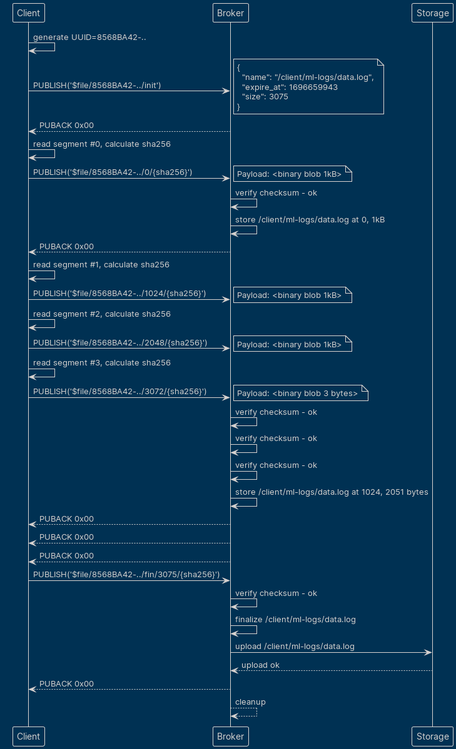
Above: active/0021-assets/flow-happy-path.png in emqx/eip (PlantUML), before the change.
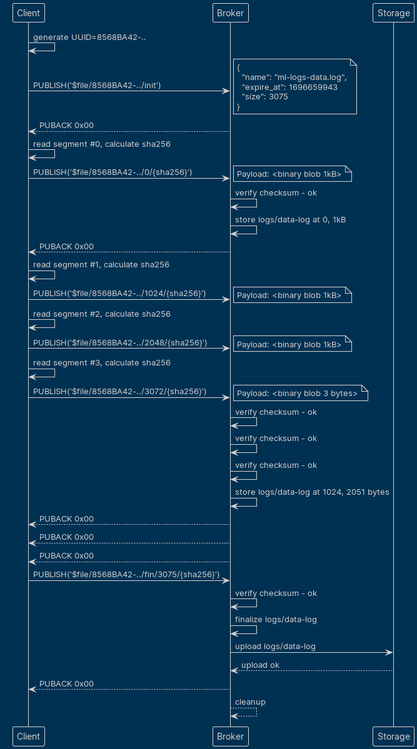
Above is the later version.

Commit message:
feat(0021): augment protocol flow illustration with payloads

The edit, as a diff of the source:
```diff
@@ -4,7 +4,7 @@
 Client -> Broker: PUBLISH('$file/8568BA42-../init')
 note right
 {
-  "name": "/client/ml-logs/data.log",
+  "name": "ml-logs-data.log",
   "expire_at": 1696659943
   "size": 3075
 }
@@ -16,7 +16,7 @@
 Payload: <binary blob 1kB>
 end note
 Broker -> Broker: verify checksum - ok
-Broker -> Broker: store /client/ml-logs/data.log at 0, 1kB
+Broker -> Broker: store logs/data-log at 0, 1kB
 Broker --> Client: PUBACK 0x00
 Client -> Client: read segment #1, calculate sha256
 Client -> Broker: PUBLISH('$file/8568BA42-../1024/{sha256}')
@@ -36,14 +36,14 @@
 Broker -> Broker: verify checksum - ok
 Broker -> Broker: verify checksum - ok
 Broker -> Broker: verify checksum - ok
-Broker -> Broker: store /client/ml-logs/data.log at 1024, 2051 bytes
+Broker -> Broker: store logs/data-log at 1024, 2051 bytes
 Broker --> Client: PUBACK 0x00
 Broker --> Client: PUBACK 0x00
 Broker --> Client: PUBACK 0x00
 Client -> Broker: PUBLISH('$file/8568BA42-../fin/3075/{sha256}')
 Broker -> Broker: verify checksum - ok
-Broker -> Broker: finalize /client/ml-logs/data.log
-Broker -> Storage: upload /client/ml-logs/data.log
+Broker -> Broker: finalize logs/data-log
+Broker -> Storage: upload logs/data-log
 Storage --> Broker: upload ok
 Broker --> Client: PUBACK 0x00
 Broker --> Broker: cleanup
```
